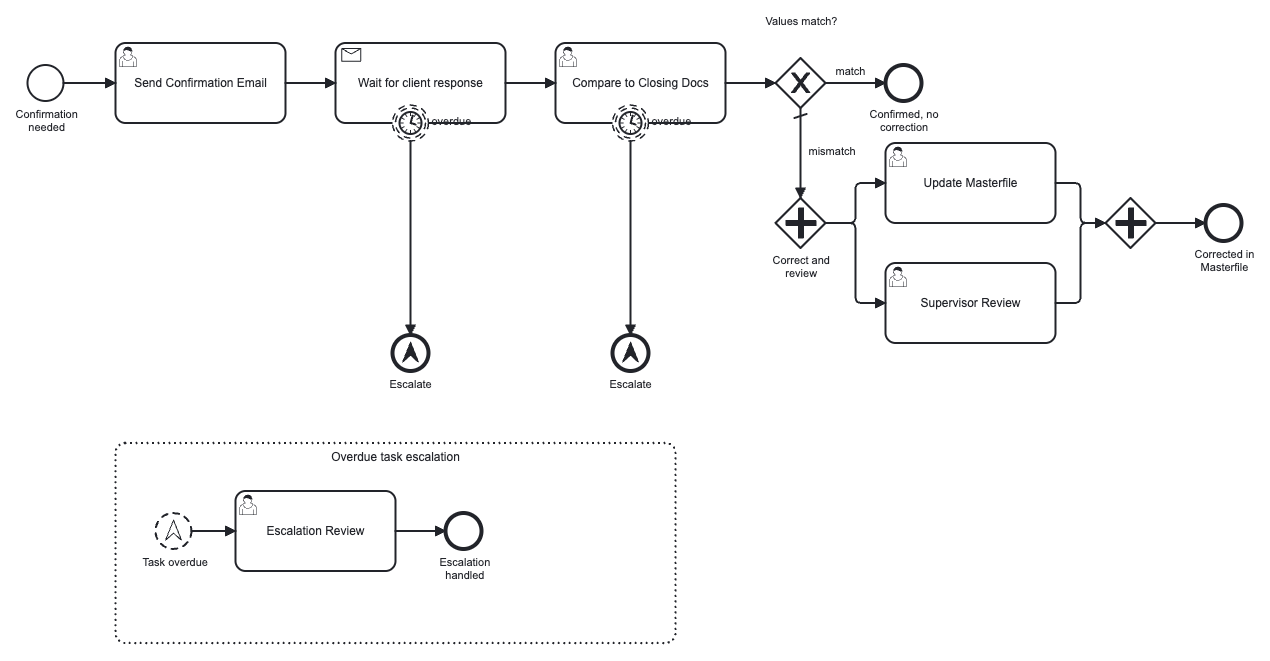
Earlier version of the BPMN export docs/images/agent-confirmation.png (zishan-c8academy/underwriting-issuance-lifecycle). Its source is kept beside it as bpmn/agent-confirmation.bpmn. Ids are renumbered.
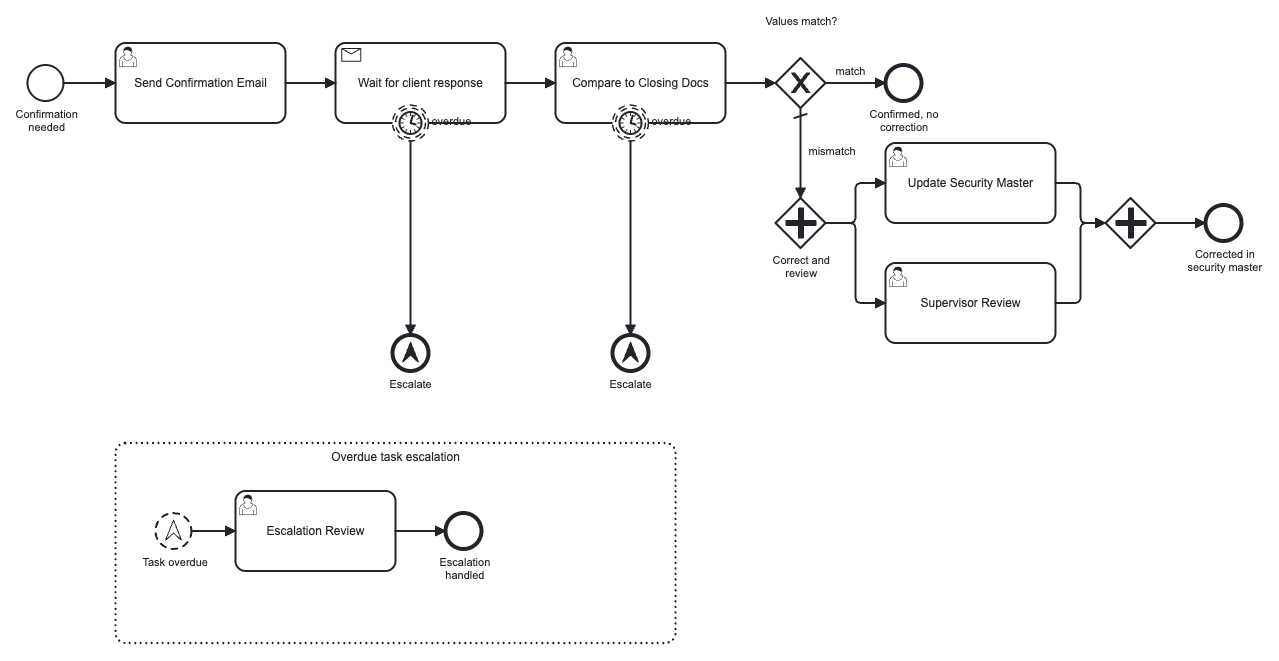
Above is the later version.

Diff of the diagram source:
```diff
@@ -1,6 +1,6 @@
 <bpmn:definitions xmlns:bpmn="http://www.omg.org/spec/BPMN/20100524/MODEL" xmlns:bpmndi="http://www.omg.org/spec/BPMN/20100524/DI" xmlns:dc="http://www.omg.org/spec/DD/20100524/DC" xmlns:zeebe="http://camunda.org/schema/zeebe/1.0" xmlns:di="http://www.omg.org/spec/DD/20100524/DI" xmlns:xsi="http://www.w3.org/2001/XMLSchema-instance" xmlns:modeler="http://camunda.org/schema/modeler/1.0" id="Definitions_AgentConfirmation" targetNamespace="http://bpmn.io/schema/bpmn" exporter="Camunda Modeler" exporterVersion="5.x" modeler:executionPlatform="Camunda Cloud" modeler:executionPlatformVersion="8.7.0">
   <bpmn:process id="AgentConfirmationEmail" name="Agent Confirmation Email" isExecutable="true">
-    <bpmn:documentation>Security attribute confirmation, from client outreach through Masterfile update. UW Operations sends the agent a blank Security Attributes page with the CUSIP and Closing Date populated; the process then waits for the client to return it. An internal user compares the returned values against the closing documentation, and if they do not match, the Masterfile update and a Supervisor Review are both triggered.</bpmn:documentation>
+    <bpmn:documentation>Security attribute confirmation, from client outreach through security master update. UW Operations sends the agent a blank Security Attributes page with the CUSIP and Closing Date populated; the process then waits for the client to return it. An internal user compares the returned values against the closing documentation, and if they do not match, the security master update and a Supervisor Review are both triggered.</bpmn:documentation>
 
     <bpmn:startEvent id="Start_AC" name="Confirmation needed">
       <bpmn:outgoing>Flow_a1</bpmn:outgoing>
@@ -70,27 +70,27 @@
     </bpmn:sequenceFlow>
     <bpmn:sequenceFlow id="Flow_mismatch" name="mismatch" sourceRef="Gateway_ValuesMatch" targetRef="Gateway_CorrectionSplit" />
 
-    <!-- ══════ Mismatch: Masterfile update AND Supervisor Review are both triggered ══════ -->
+    <!-- ══════ Mismatch: security master update AND Supervisor Review are both triggered ══════ -->
     <bpmn:parallelGateway id="Gateway_CorrectionSplit" name="Correct and review">
       <bpmn:incoming>Flow_mismatch</bpmn:incoming>
       <bpmn:outgoing>Flow_split_update</bpmn:outgoing>
       <bpmn:outgoing>Flow_split_super</bpmn:outgoing>
     </bpmn:parallelGateway>
-    <bpmn:sequenceFlow id="Flow_split_update" sourceRef="Gateway_CorrectionSplit" targetRef="Task_UpdateMasterfile" />
+    <bpmn:sequenceFlow id="Flow_split_update" sourceRef="Gateway_CorrectionSplit" targetRef="Task_UpdateSecurityMaster" />
     <bpmn:sequenceFlow id="Flow_split_super" sourceRef="Gateway_CorrectionSplit" targetRef="Task_SupervisorReview" />
 
-    <bpmn:userTask id="Task_UpdateMasterfile" name="Update Masterfile">
-      <bpmn:documentation>If the recorded values do not match the client-confirmed values and closing documentation, update the applicable security attributes in the Masterfile.</bpmn:documentation>
+    <bpmn:userTask id="Task_UpdateSecurityMaster" name="Update Security Master">
+      <bpmn:documentation>If the recorded values do not match the client-confirmed values and closing documentation, update the applicable security attributes in the security master.</bpmn:documentation>
       <bpmn:extensionElements>
         <zeebe:userTask />
-        <zeebe:formDefinition formId="update-masterfile" bindingType="latest" />
+        <zeebe:formDefinition formId="update-security-master" bindingType="latest" />
         <zeebe:assignmentDefinition candidateGroups="uw-operations" />
         <zeebe:priorityDefinition priority="80" />
       </bpmn:extensionElements>
       <bpmn:incoming>Flow_split_update</bpmn:incoming>
       <bpmn:outgoing>Flow_update_join</bpmn:outgoing>
     </bpmn:userTask>
-    <bpmn:sequenceFlow id="Flow_update_join" sourceRef="Task_UpdateMasterfile" targetRef="Gateway_CorrectionJoin" />
+    <bpmn:sequenceFlow id="Flow_update_join" sourceRef="Task_UpdateSecurityMaster" targetRef="Gateway_CorrectionJoin" />
 
     <bpmn:userTask id="Task_SupervisorReview" name="Supervisor Review">
       <bpmn:documentation>A supervisor reviews the discrepancy that triggered the correction.</bpmn:documentation>
@@ -112,7 +112,7 @@
     </bpmn:parallelGateway>
     <bpmn:sequenceFlow id="Flow_a5" sourceRef="Gateway_CorrectionJoin" targetRef="End_Corrected" />
 
-    <bpmn:endEvent id="End_Corrected" name="Corrected in Masterfile">
+    <bpmn:endEvent id="End_Corrected" name="Corrected in security master">
       <bpmn:incoming>Flow_a5</bpmn:incoming>
     </bpmn:endEvent>
     <bpmn:endEvent id="End_NoCorrection" name="Confirmed, no correction">
@@ -172,7 +172,7 @@
         <dc:Bounds x="910" y="315" width="50" height="50" />
         <bpmndi:BPMNLabel><dc:Bounds x="896" y="371" width="80" height="14" /></bpmndi:BPMNLabel>
       </bpmndi:BPMNShape>
-      <bpmndi:BPMNShape id="Task_UpdateMasterfile_di" bpmnElement="Task_UpdateMasterfile"><dc:Bounds x="1020" y="260" width="170" height="80" /></bpmndi:BPMNShape>
+      <bpmndi:BPMNShape id="Task_UpdateSecurityMaster_di" bpmnElement="Task_UpdateSecurityMaster"><dc:Bounds x="1020" y="260" width="170" height="80" /></bpmndi:BPMNShape>
       <bpmndi:BPMNShape id="Task_SupervisorReview_di" bpmnElement="Task_SupervisorReview"><dc:Bounds x="1020" y="380" width="170" height="80" /></bpmndi:BPMNShape>
       <bpmndi:BPMNShape id="Gateway_CorrectionJoin_di" bpmnElement="Gateway_CorrectionJoin">
         <dc:Bounds x="1240" y="315" width="50" height="50" />
```
